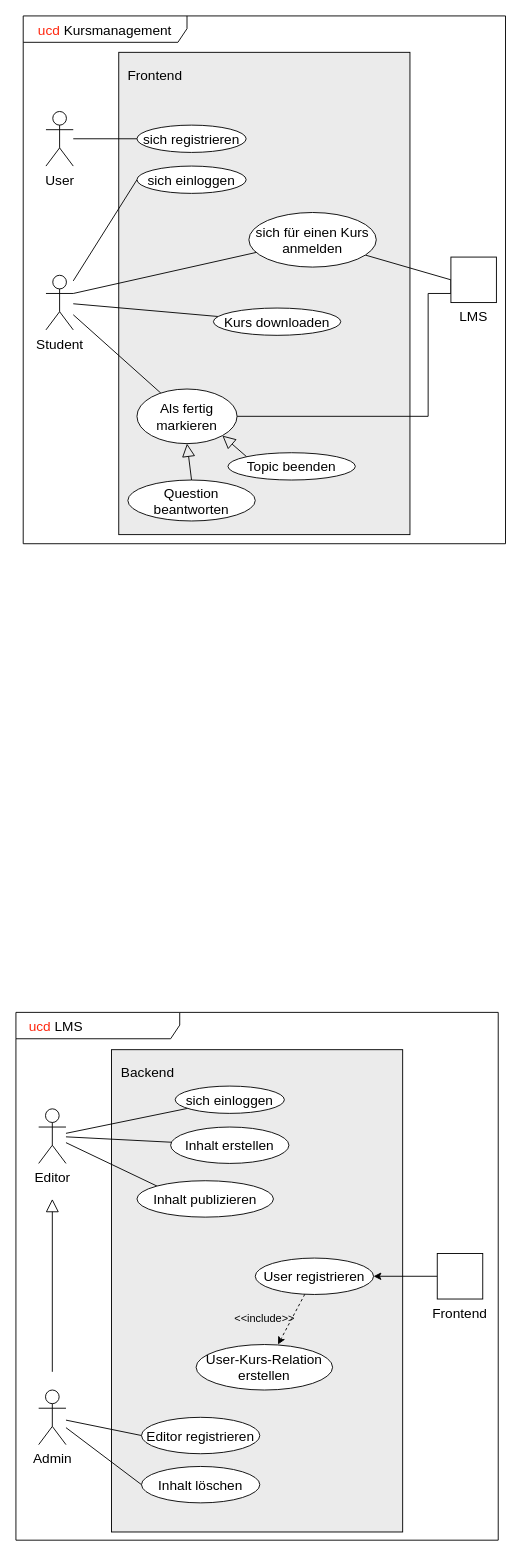
Above: artifacts/use_case_diagram.drawio in womenGoingBeyond/.github (draw.io), before the change. Source tidied: cells renumbered, new cells numbered last; positions are measured from the earlier drawing's top-left corner, leaving out a move shared by most shapes. Both pictures are drawn from the tidied source at 91%, with x=0, y=0 at pixel (15, 15).
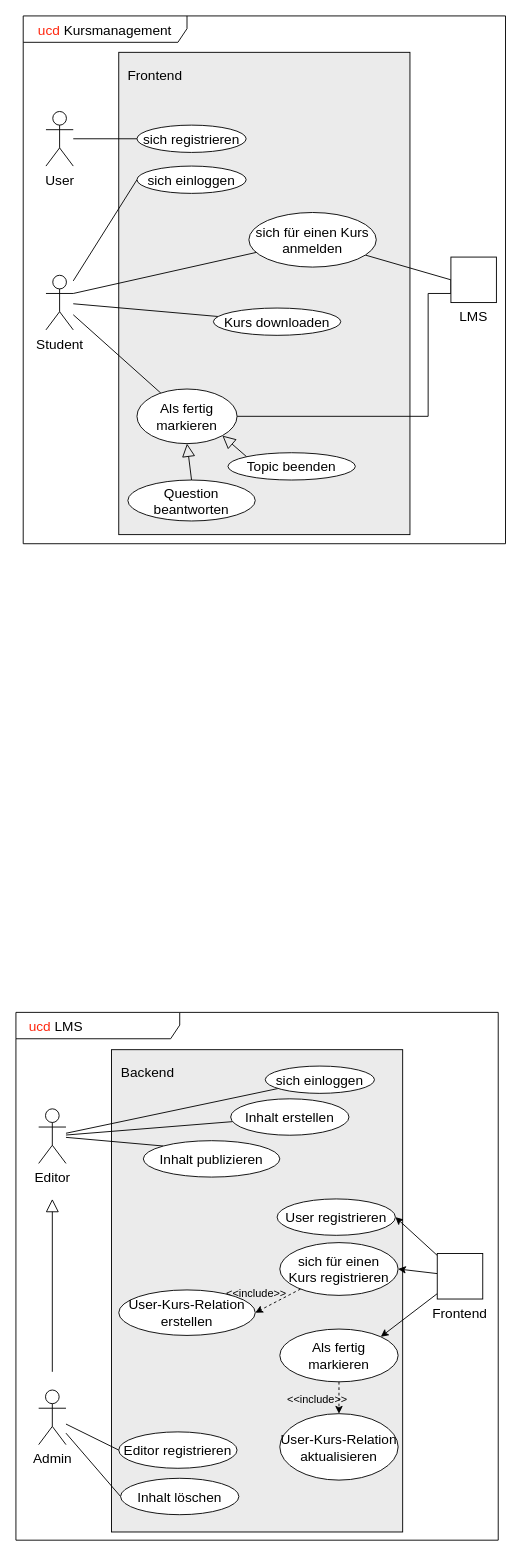
The same diagram, later.

Commit message:
Update ucd LCD

The change refers to these unchanged cells:
```xml
<mxCell id="42" style="whiteSpace=wrap;html=1;labelBackgroundColor=#FFFFFF;fontSize=15;fontColor=#FF270F;fillColor=#FFFFFF;gradientColor=none;" parent="1" vertex="1">
  <mxGeometry x="463" y="1360" width="50" height="50" as="geometry" />
</mxCell>
```

The edit, as a diff of the source:
```diff
@@
     <mxCell id="34" value="sich einloggen" style="ellipse;whiteSpace=wrap;html=1;fontSize=15;" parent="1" vertex="1">
-      <mxGeometry x="175" y="1176" width="120" height="30" as="geometry" />
+      <mxGeometry x="274" y="1154" width="120" height="30" as="geometry" />
     </mxCell>
@@
     <mxCell id="37" value="Editor registrieren" style="ellipse;whiteSpace=wrap;html=1;fontSize=15;" parent="1" vertex="1">
-      <mxGeometry x="138" y="1540" width="130" height="40" as="geometry" />
+      <mxGeometry x="113" y="1556" width="130" height="40" as="geometry" />
     </mxCell>
     <mxCell id="38" value="Inhalt erstellen" style="ellipse;whiteSpace=wrap;html=1;fontSize=15;" parent="1" vertex="1">
-      <mxGeometry x="170" y="1221" width="130" height="40" as="geometry" />
+      <mxGeometry x="236" y="1190" width="130" height="40" as="geometry" />
     </mxCell>
-    <mxCell id="39" value="&lt;font style=&quot;font-size: 12px;&quot;&gt;&amp;lt;&amp;lt;include&amp;gt;&amp;gt;&lt;/font&gt;" style="edgeStyle=none;rounded=0;jettySize=auto;html=1;entryX=0.6;entryY=0;entryDx=0;entryDy=0;entryPerimeter=0;fontSize=15;fontColor=#000000;startArrow=none;startFill=0;endArrow=classic;endFill=1;dashed=1;labelBackgroundColor=none;" parent="1" edge="1" source="40" target="44">
-      <mxGeometry x="0.38" y="-27" relative="1" as="geometry" />
+    <mxCell id="39" value="&lt;font style=&quot;font-size: 12px;&quot;&gt;&amp;lt;&amp;lt;include&amp;gt;&amp;gt;&lt;/font&gt;" style="edgeStyle=none;rounded=0;jettySize=auto;html=1;entryX=1;entryY=0.5;entryDx=0;entryDy=0;fontSize=15;fontColor=#000000;startArrow=none;startFill=0;endArrow=classic;endFill=1;dashed=1;labelBackgroundColor=none;" parent="1" edge="1" source="40" target="44">
+      <mxGeometry x="0.59" y="-20" relative="1" as="geometry" />
     </mxCell>
-    <mxCell id="40" value="User registrieren" style="ellipse;whiteSpace=wrap;html=1;fontSize=15;" parent="1" vertex="1">
-      <mxGeometry x="263" y="1365" width="130" height="40" as="geometry" />
+    <mxCell id="40" value="sich für einen&lt;br&gt;Kurs registrieren" style="ellipse;whiteSpace=wrap;html=1;fontSize=15;" parent="1" vertex="1">
+      <mxGeometry x="290" y="1348" width="130" height="58" as="geometry" />
     </mxCell>
@@
+    <mxCell id="47" style="rounded=0;jettySize=auto;html=1;entryX=1;entryY=0.5;entryDx=0;entryDy=0;" parent="1" edge="1" source="42" target="49">
+      <mxGeometry relative="1" as="geometry" />
+    </mxCell>
+    <mxCell id="48" style="edgeStyle=none;rounded=0;jettySize=auto;html=1;entryX=1;entryY=0;entryDx=0;entryDy=0;" parent="1" edge="1" source="42" target="50">
+      <mxGeometry relative="1" as="geometry" />
+    </mxCell>
@@
     <mxCell id="44" value="User-Kurs-Relation erstellen" style="ellipse;whiteSpace=wrap;html=1;fontSize=15;" parent="1" vertex="1">
-      <mxGeometry x="198" y="1460" width="150" height="50" as="geometry" />
+      <mxGeometry x="113" y="1400" width="150" height="50" as="geometry" />
     </mxCell>
     <mxCell id="45" value="Inhalt publizieren" style="ellipse;whiteSpace=wrap;html=1;fontSize=15;" parent="1" vertex="1">
-      <mxGeometry x="133" y="1280" width="150" height="40" as="geometry" />
+      <mxGeometry x="140" y="1236" width="150" height="40" as="geometry" />
     </mxCell>
     <mxCell id="46" value="Inhalt löschen" style="ellipse;whiteSpace=wrap;html=1;fontSize=15;" parent="1" vertex="1">
-      <mxGeometry x="138" y="1594" width="130" height="40" as="geometry" />
+      <mxGeometry x="115" y="1607" width="130" height="40" as="geometry" />
     </mxCell>
+    <mxCell id="49" value="User registrieren" style="ellipse;whiteSpace=wrap;html=1;fontSize=15;" parent="1" vertex="1">
+      <mxGeometry x="287" y="1300" width="130" height="40" as="geometry" />
+    </mxCell>
+    <mxCell id="50" value="Als fertig markieren" style="ellipse;whiteSpace=wrap;html=1;fontSize=15;" parent="1" vertex="1">
+      <mxGeometry x="290" y="1443" width="130" height="58" as="geometry" />
+    </mxCell>
+    <mxCell id="51" value="User-Kurs-Relation aktualisieren" style="ellipse;whiteSpace=wrap;html=1;fontSize=15;" parent="1" vertex="1">
+      <mxGeometry x="290" y="1536" width="130" height="73" as="geometry" />
+    </mxCell>
+    <mxCell id="52" value="&lt;font style=&quot;font-size: 12px;&quot;&gt;&amp;lt;&amp;lt;include&amp;gt;&amp;gt;&lt;/font&gt;" style="edgeStyle=none;rounded=0;jettySize=auto;html=1;entryX=0.5;entryY=0;entryDx=0;entryDy=0;fontSize=15;fontColor=#000000;startArrow=none;startFill=0;endArrow=classic;endFill=1;dashed=1;labelBackgroundColor=none;exitX=0.5;exitY=1;exitDx=0;exitDy=0;" parent="1" edge="1" source="50" target="51">
+      <mxGeometry x="0.03" y="-24" relative="1" as="geometry" />
+    </mxCell>
```
